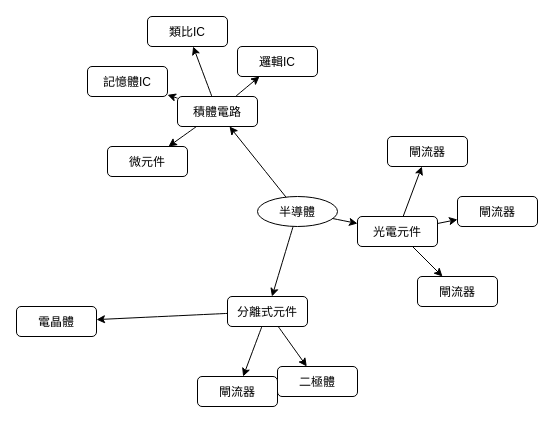
The draw.io diagram Notion.drawio in wecan-huang/Diagrams, before the edit. Source tidied: cells renumbered, new cells numbered last; positions are measured from the earlier drawing's top-left corner, leaving out a move shared by most shapes. Both pictures are drawn from the tidied source at 100%, with x=0, y=0 at pixel (16, 16).
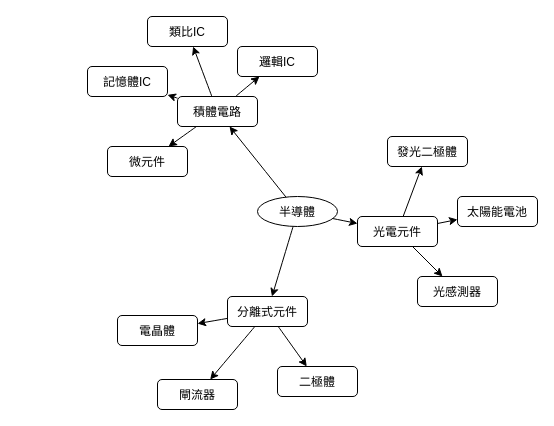
The same diagram, later.

Commit message:
add 半導體分類

The edit, as a diff of the source:
```diff
@@
     <mxCell id="19" value="電晶體" style="rounded=1;" parent="1" vertex="1">
-      <mxGeometry y="290" width="80" height="30" as="geometry" />
+      <mxGeometry x="101" y="299" width="80" height="30" as="geometry" />
     </mxCell>
@@
     <mxCell id="21" value="閘流器" style="rounded=1;" parent="1" vertex="1">
-      <mxGeometry x="181" y="360" width="80" height="30" as="geometry" />
+      <mxGeometry x="141" y="363" width="80" height="30" as="geometry" />
     </mxCell>
@@
-    <mxCell id="23" value="閘流器" style="rounded=1;" parent="1" vertex="1">
+    <mxCell id="23" value="太陽能電池" style="rounded=1;" parent="1" vertex="1">
       <mxGeometry x="441" y="180" width="80" height="30" as="geometry" />
     </mxCell>
-    <mxCell id="24" value="閘流器" style="rounded=1;" parent="1" vertex="1">
+    <mxCell id="24" value="光感測器" style="rounded=1;" parent="1" vertex="1">
       <mxGeometry x="401" y="260" width="80" height="30" as="geometry" />
     </mxCell>
-    <mxCell id="25" value="閘流器" style="rounded=1;" parent="1" vertex="1">
+    <mxCell id="25" value="發光二極體" style="rounded=1;" parent="1" vertex="1">
       <mxGeometry x="371" y="120" width="80" height="30" as="geometry" />
     </mxCell>
```
